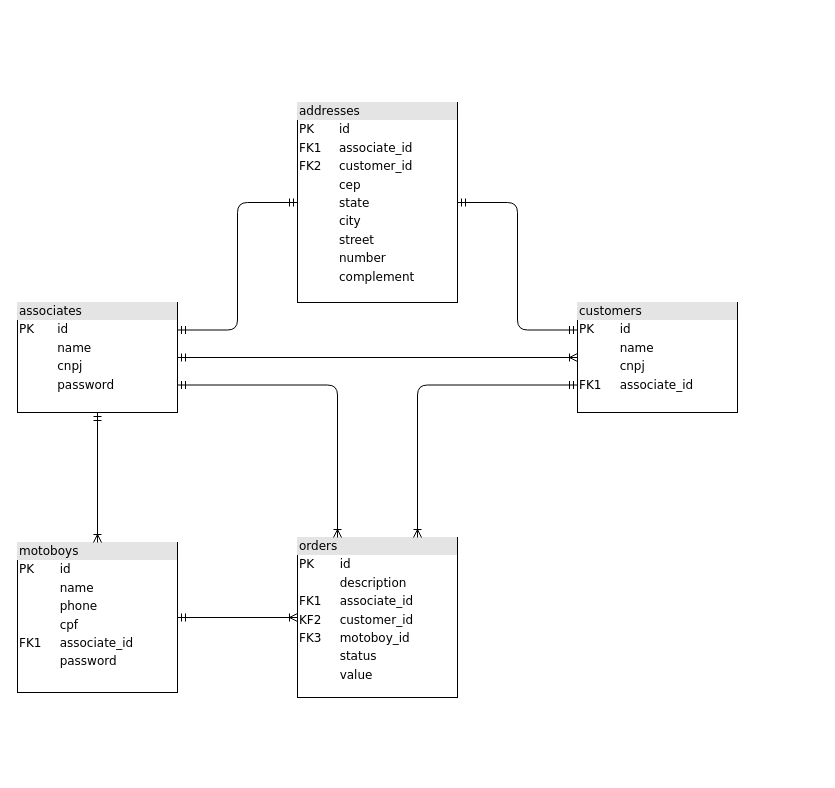
Before: diagram-relational.drawio in juliolmuller/ufpr-delivery-api, a draw.io diagram. Source tidied: cells renumbered, new cells numbered last; positions are measured from the earlier drawing's top-left corner, leaving out a move shared by most shapes. Both pictures are drawn from the tidied source at 100%, with x=0, y=0 at pixel (17, 102).
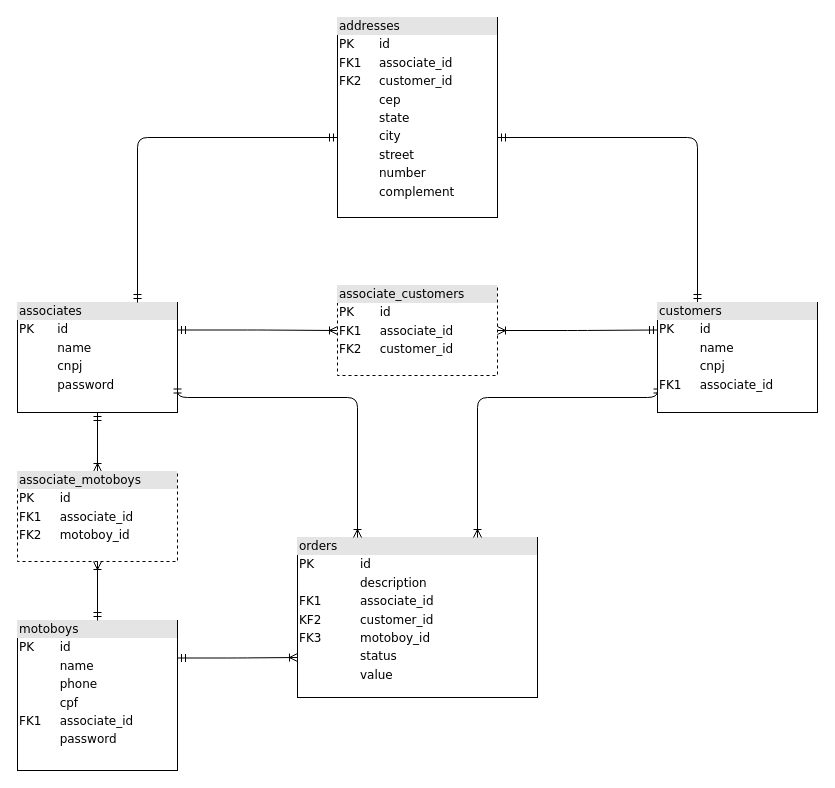
Above is the later version.

Unchanged cells that the change refers to:
```xml
<mxCell id="4" value="&lt;div style=&quot;box-sizing: border-box ; width: 100% ; background: #e4e4e4 ; padding: 2px&quot;&gt;associates&lt;/div&gt;&lt;table style=&quot;width: 100% ; font-size: 1em&quot; cellpadding=&quot;2&quot; cellspacing=&quot;0&quot;&gt;&lt;tbody&gt;&lt;tr&gt;&lt;td&gt;PK&lt;/td&gt;&lt;td&gt;id&lt;/td&gt;&lt;/tr&gt;&lt;tr&gt;&lt;td&gt;&lt;br&gt;&lt;/td&gt;&lt;td&gt;name&lt;/td&gt;&lt;/tr&gt;&lt;tr&gt;&lt;td&gt;&lt;/td&gt;&lt;td&gt;cnpj&lt;/td&gt;&lt;/tr&gt;&lt;tr&gt;&lt;td&gt;&lt;br&gt;&lt;/td&gt;&lt;td&gt;password&lt;/td&gt;&lt;/tr&gt;&lt;tr&gt;&lt;td&gt;&lt;br&gt;&lt;/td&gt;&lt;td&gt;&lt;br&gt;&lt;/td&gt;&lt;/tr&gt;&lt;/tbody&gt;&lt;/table&gt;" style="verticalAlign=top;align=left;overflow=fill;html=1;rounded=0;shadow=0;comic=0;labelBackgroundColor=none;strokeWidth=1;fontFamily=Verdana;fontSize=12;" parent="1" vertex="1">
  <mxGeometry y="200" width="160" height="110" as="geometry" />
</mxCell>
```

The edit, as a diff of the source:
```diff
@@
     <mxCell id="2" value="&lt;div style=&quot;box-sizing: border-box ; width: 100% ; background: #e4e4e4 ; padding: 2px&quot;&gt;addresses&lt;/div&gt;&lt;table style=&quot;width: 100% ; font-size: 1em&quot; cellpadding=&quot;2&quot; cellspacing=&quot;0&quot;&gt;&lt;tbody&gt;&lt;tr&gt;&lt;td&gt;PK&lt;/td&gt;&lt;td&gt;id&lt;/td&gt;&lt;/tr&gt;&lt;tr&gt;&lt;td&gt;FK1&lt;/td&gt;&lt;td&gt;associate_id&lt;/td&gt;&lt;/tr&gt;&lt;tr&gt;&lt;td&gt;FK2&lt;/td&gt;&lt;td&gt;customer_id&lt;/td&gt;&lt;/tr&gt;&lt;tr&gt;&lt;td&gt;&lt;br&gt;&lt;/td&gt;&lt;td&gt;cep&lt;/td&gt;&lt;/tr&gt;&lt;tr&gt;&lt;td&gt;&lt;br&gt;&lt;/td&gt;&lt;td&gt;state&lt;br&gt;&lt;/td&gt;&lt;/tr&gt;&lt;tr&gt;&lt;td&gt;&lt;br&gt;&lt;/td&gt;&lt;td&gt;city&lt;br&gt;&lt;/td&gt;&lt;/tr&gt;&lt;tr&gt;&lt;td&gt;&lt;br&gt;&lt;/td&gt;&lt;td&gt;street&lt;br&gt;&lt;/td&gt;&lt;/tr&gt;&lt;tr&gt;&lt;td&gt;&lt;br&gt;&lt;/td&gt;&lt;td&gt;number&lt;br&gt;&lt;/td&gt;&lt;/tr&gt;&lt;tr&gt;&lt;td&gt;&lt;br&gt;&lt;/td&gt;&lt;td&gt;complement&lt;/td&gt;&lt;/tr&gt;&lt;tr&gt;&lt;td&gt;&lt;br&gt;&lt;/td&gt;&lt;td&gt;&lt;/td&gt;&lt;/tr&gt;&lt;/tbody&gt;&lt;/table&gt;" style="verticalAlign=top;align=left;overflow=fill;html=1;rounded=0;shadow=0;comic=0;labelBackgroundColor=none;strokeWidth=1;fontFamily=Verdana;fontSize=12;" parent="1" vertex="1">
-      <mxGeometry x="280" width="160" height="200" as="geometry" />
+      <mxGeometry x="320" y="-85" width="160" height="200" as="geometry" />
     </mxCell>
     <mxCell id="3" value="&lt;div style=&quot;box-sizing: border-box ; width: 100% ; background: #e4e4e4 ; padding: 2px&quot;&gt;orders&lt;/div&gt;&lt;table style=&quot;width: 100% ; font-size: 1em&quot; cellpadding=&quot;2&quot; cellspacing=&quot;0&quot;&gt;&lt;tbody&gt;&lt;tr&gt;&lt;td&gt;PK&lt;/td&gt;&lt;td&gt;id&lt;/td&gt;&lt;/tr&gt;&lt;tr&gt;&lt;td&gt;&lt;br&gt;&lt;/td&gt;&lt;td&gt;description&lt;/td&gt;&lt;/tr&gt;&lt;tr&gt;&lt;td&gt;FK1&lt;/td&gt;&lt;td&gt;associate_id&lt;/td&gt;&lt;/tr&gt;&lt;tr&gt;&lt;td&gt;KF2&lt;/td&gt;&lt;td&gt;customer_id&lt;br&gt;&lt;/td&gt;&lt;/tr&gt;&lt;tr&gt;&lt;td&gt;FK3&lt;/td&gt;&lt;td&gt;motoboy_id&lt;br&gt;&lt;/td&gt;&lt;/tr&gt;&lt;tr&gt;&lt;td&gt;&lt;br&gt;&lt;/td&gt;&lt;td&gt;status&lt;br&gt;&lt;/td&gt;&lt;/tr&gt;&lt;tr&gt;&lt;td&gt;&lt;br&gt;&lt;/td&gt;&lt;td&gt;value&lt;br&gt;&lt;/td&gt;&lt;/tr&gt;&lt;tr&gt;&lt;td&gt;&lt;br&gt;&lt;/td&gt;&lt;td&gt;&lt;br&gt;&lt;/td&gt;&lt;/tr&gt;&lt;/tbody&gt;&lt;/table&gt;" style="verticalAlign=top;align=left;overflow=fill;html=1;rounded=0;shadow=0;comic=0;labelBackgroundColor=none;strokeWidth=1;fontFamily=Verdana;fontSize=12;" parent="1" vertex="1">
-      <mxGeometry x="280" y="435" width="160" height="160" as="geometry" />
+      <mxGeometry x="280" y="435" width="240" height="160" as="geometry" />
     </mxCell>
@@
     <mxCell id="5" style="edgeStyle=orthogonalEdgeStyle;html=1;endArrow=ERoneToMany;startArrow=ERmandOne;labelBackgroundColor=none;fontFamily=Verdana;fontSize=12;align=left;exitX=1;exitY=0.75;exitDx=0;exitDy=0;entryX=0.25;entryY=0;entryDx=0;entryDy=0;" parent="1" edge="1" source="4" target="3">
-      <mxGeometry relative="1" as="geometry" />
+      <mxGeometry relative="1" as="geometry">
+        <Array as="points">
+          <mxPoint x="160" y="295" />
+          <mxPoint x="340" y="295" />
+        </Array>
+      </mxGeometry>
     </mxCell>
-    <mxCell id="6" style="edgeStyle=orthogonalEdgeStyle;html=1;endArrow=ERmandOne;startArrow=ERmandOne;labelBackgroundColor=none;fontFamily=Verdana;fontSize=12;align=left;endFill=0;exitX=0;exitY=0.25;exitDx=0;exitDy=0;" parent="1" edge="1" source="10" target="2">
-      <mxGeometry relative="1" as="geometry" />
+    <mxCell id="6" style="edgeStyle=orthogonalEdgeStyle;html=1;endArrow=ERmandOne;startArrow=ERmandOne;labelBackgroundColor=none;fontFamily=Verdana;fontSize=12;align=left;endFill=0;exitX=0.25;exitY=0;exitDx=0;exitDy=0;" parent="1" edge="1" source="10" target="2">
+      <mxGeometry relative="1" as="geometry">
+        <Array as="points">
+          <mxPoint x="680" y="35" />
+        </Array>
+      </mxGeometry>
     </mxCell>
-    <mxCell id="7" style="edgeStyle=orthogonalEdgeStyle;html=1;endArrow=ERmandOne;startArrow=ERmandOne;labelBackgroundColor=none;fontFamily=Verdana;fontSize=12;align=left;endFill=0;exitX=1;exitY=0.25;exitDx=0;exitDy=0;" parent="1" edge="1" source="4" target="2">
-      <mxGeometry relative="1" as="geometry" />
+    <mxCell id="7" style="edgeStyle=orthogonalEdgeStyle;html=1;endArrow=ERmandOne;startArrow=ERmandOne;labelBackgroundColor=none;fontFamily=Verdana;fontSize=12;align=left;endFill=0;exitX=0.75;exitY=0;exitDx=0;exitDy=0;" parent="1" edge="1" source="4" target="2">
+      <mxGeometry relative="1" as="geometry">
+        <Array as="points">
+          <mxPoint x="120" y="35" />
+        </Array>
+      </mxGeometry>
     </mxCell>
     <mxCell id="8" style="edgeStyle=orthogonalEdgeStyle;html=1;endArrow=ERoneToMany;startArrow=ERmandOne;labelBackgroundColor=none;fontFamily=Verdana;fontSize=12;align=left;exitX=0;exitY=0.75;exitDx=0;exitDy=0;entryX=0.75;entryY=0;entryDx=0;entryDy=0;" parent="1" edge="1" source="10" target="3">
-      <mxGeometry relative="1" as="geometry" />
+      <mxGeometry relative="1" as="geometry">
+        <Array as="points">
+          <mxPoint x="640" y="295" />
+          <mxPoint x="460" y="295" />
+        </Array>
+      </mxGeometry>
     </mxCell>
-    <mxCell id="9" style="edgeStyle=orthogonalEdgeStyle;html=1;endArrow=ERoneToMany;startArrow=ERmandOne;labelBackgroundColor=none;fontFamily=Verdana;fontSize=12;align=left;" parent="1" edge="1" source="12" target="3">
+    <mxCell id="9" style="edgeStyle=orthogonalEdgeStyle;html=1;endArrow=ERoneToMany;startArrow=ERmandOne;labelBackgroundColor=none;fontFamily=Verdana;fontSize=12;align=left;entryX=0;entryY=0.75;entryDx=0;entryDy=0;exitX=1;exitY=0.25;exitDx=0;exitDy=0;" parent="1" edge="1" source="12" target="3">
       <mxGeometry relative="1" as="geometry" />
     </mxCell>
     <mxCell id="10" value="&lt;div style=&quot;box-sizing: border-box ; width: 100% ; background: #e4e4e4 ; padding: 2px&quot;&gt;customers&lt;/div&gt;&lt;table style=&quot;width: 100% ; font-size: 1em&quot; cellpadding=&quot;2&quot; cellspacing=&quot;0&quot;&gt;&lt;tbody&gt;&lt;tr&gt;&lt;td&gt;PK&lt;/td&gt;&lt;td&gt;id&lt;/td&gt;&lt;/tr&gt;&lt;tr&gt;&lt;td&gt;&lt;br&gt;&lt;/td&gt;&lt;td&gt;name&lt;/td&gt;&lt;/tr&gt;&lt;tr&gt;&lt;td&gt;&lt;/td&gt;&lt;td&gt;cnpj&lt;/td&gt;&lt;/tr&gt;&lt;tr&gt;&lt;td&gt;FK1&lt;/td&gt;&lt;td&gt;associate_id&lt;/td&gt;&lt;/tr&gt;&lt;tr&gt;&lt;td&gt;&lt;br&gt;&lt;/td&gt;&lt;td&gt;&lt;br&gt;&lt;/td&gt;&lt;/tr&gt;&lt;/tbody&gt;&lt;/table&gt;" style="verticalAlign=top;align=left;overflow=fill;html=1;rounded=0;shadow=0;comic=0;labelBackgroundColor=none;strokeWidth=1;fontFamily=Verdana;fontSize=12;" parent="1" vertex="1">
-      <mxGeometry x="560" y="200" width="160" height="110" as="geometry" />
+      <mxGeometry x="640" y="200" width="160" height="110" as="geometry" />
     </mxCell>
-    <mxCell id="11" style="edgeStyle=orthogonalEdgeStyle;html=1;endArrow=ERoneToMany;startArrow=ERmandOne;labelBackgroundColor=none;fontFamily=Verdana;fontSize=12;align=left;" parent="1" edge="1" source="4" target="10">
+    <mxCell id="11" style="edgeStyle=orthogonalEdgeStyle;html=1;endArrow=ERoneToMany;startArrow=ERmandOne;labelBackgroundColor=none;fontFamily=Verdana;fontSize=12;align=left;exitX=1;exitY=0.25;exitDx=0;exitDy=0;" parent="1" edge="1" source="4" target="14">
       <mxGeometry relative="1" as="geometry" />
     </mxCell>
     <mxCell id="12" value="&lt;div style=&quot;box-sizing: border-box ; width: 100% ; background: #e4e4e4 ; padding: 2px&quot;&gt;motoboys&lt;/div&gt;&lt;table style=&quot;width: 100% ; font-size: 1em&quot; cellpadding=&quot;2&quot; cellspacing=&quot;0&quot;&gt;&lt;tbody&gt;&lt;tr&gt;&lt;td&gt;PK&lt;/td&gt;&lt;td&gt;id&lt;/td&gt;&lt;/tr&gt;&lt;tr&gt;&lt;td&gt;&lt;br&gt;&lt;/td&gt;&lt;td&gt;name&lt;/td&gt;&lt;/tr&gt;&lt;tr&gt;&lt;td&gt;&lt;/td&gt;&lt;td&gt;phone&lt;/td&gt;&lt;/tr&gt;&lt;tr&gt;&lt;td&gt;&lt;br&gt;&lt;/td&gt;&lt;td&gt;cpf&lt;br&gt;&lt;/td&gt;&lt;/tr&gt;&lt;tr&gt;&lt;td&gt;FK1&lt;/td&gt;&lt;td&gt;associate_id&lt;br&gt;&lt;/td&gt;&lt;/tr&gt;&lt;tr&gt;&lt;td&gt;&lt;br&gt;&lt;/td&gt;&lt;td&gt;password&lt;br&gt;&lt;/td&gt;&lt;/tr&gt;&lt;tr&gt;&lt;td&gt;&lt;br&gt;&lt;/td&gt;&lt;td&gt;&lt;br&gt;&lt;/td&gt;&lt;/tr&gt;&lt;/tbody&gt;&lt;/table&gt;" style="verticalAlign=top;align=left;overflow=fill;html=1;rounded=0;shadow=0;comic=0;labelBackgroundColor=none;strokeWidth=1;fontFamily=Verdana;fontSize=12;" parent="1" vertex="1">
-      <mxGeometry y="440" width="160" height="150" as="geometry" />
+      <mxGeometry y="518" width="160" height="150" as="geometry" />
     </mxCell>
-    <mxCell id="13" style="edgeStyle=orthogonalEdgeStyle;html=1;endArrow=ERoneToMany;startArrow=ERmandOne;labelBackgroundColor=none;fontFamily=Verdana;fontSize=12;align=left;" parent="1" edge="1" source="4" target="12">
+    <mxCell id="13" style="edgeStyle=orthogonalEdgeStyle;html=1;endArrow=ERoneToMany;startArrow=ERmandOne;labelBackgroundColor=none;fontFamily=Verdana;fontSize=12;align=left;" parent="1" edge="1" source="4" target="16">
       <mxGeometry relative="1" as="geometry" />
     </mxCell>
+    <mxCell id="14" value="&lt;div style=&quot;box-sizing: border-box ; width: 100% ; background: #e4e4e4 ; padding: 2px&quot;&gt;associate_customers&lt;/div&gt;&lt;table style=&quot;width: 100% ; font-size: 1em&quot; cellpadding=&quot;2&quot; cellspacing=&quot;0&quot;&gt;&lt;tbody&gt;&lt;tr&gt;&lt;td&gt;PK&lt;/td&gt;&lt;td&gt;id&lt;/td&gt;&lt;/tr&gt;&lt;tr&gt;&lt;td&gt;FK1&lt;/td&gt;&lt;td&gt;associate_id&lt;/td&gt;&lt;/tr&gt;&lt;tr&gt;&lt;td&gt;FK2&lt;/td&gt;&lt;td&gt;customer_id&lt;/td&gt;&lt;/tr&gt;&lt;tr&gt;&lt;td&gt;&lt;br&gt;&lt;/td&gt;&lt;td&gt;&lt;/td&gt;&lt;/tr&gt;&lt;/tbody&gt;&lt;/table&gt;" style="verticalAlign=top;align=left;overflow=fill;html=1;rounded=0;shadow=0;comic=0;labelBackgroundColor=none;strokeWidth=1;fontFamily=Verdana;fontSize=12;dashed=1;" parent="1" vertex="1">
+      <mxGeometry x="320" y="183" width="160" height="90" as="geometry" />
+    </mxCell>
+    <mxCell id="15" style="edgeStyle=orthogonalEdgeStyle;html=1;endArrow=ERmandOne;startArrow=ERoneToMany;labelBackgroundColor=none;fontFamily=Verdana;fontSize=12;align=left;endFill=0;startFill=0;entryX=0;entryY=0.25;entryDx=0;entryDy=0;" parent="1" edge="1" source="14" target="10">
+      <mxGeometry relative="1" as="geometry" />
+    </mxCell>
+    <mxCell id="16" value="&lt;div style=&quot;box-sizing: border-box ; width: 100% ; background: #e4e4e4 ; padding: 2px&quot;&gt;associate_motoboys&lt;/div&gt;&lt;table style=&quot;width: 100% ; font-size: 1em&quot; cellpadding=&quot;2&quot; cellspacing=&quot;0&quot;&gt;&lt;tbody&gt;&lt;tr&gt;&lt;td&gt;PK&lt;/td&gt;&lt;td&gt;id&lt;/td&gt;&lt;/tr&gt;&lt;tr&gt;&lt;td&gt;FK1&lt;/td&gt;&lt;td&gt;associate_id&lt;/td&gt;&lt;/tr&gt;&lt;tr&gt;&lt;td&gt;FK2&lt;/td&gt;&lt;td&gt;motoboy_id&lt;/td&gt;&lt;/tr&gt;&lt;tr&gt;&lt;td&gt;&lt;br&gt;&lt;/td&gt;&lt;td&gt;&lt;/td&gt;&lt;/tr&gt;&lt;/tbody&gt;&lt;/table&gt;" style="verticalAlign=top;align=left;overflow=fill;html=1;rounded=0;shadow=0;comic=0;labelBackgroundColor=none;strokeWidth=1;fontFamily=Verdana;fontSize=12;dashed=1;" parent="1" vertex="1">
+      <mxGeometry y="369" width="160" height="90" as="geometry" />
+    </mxCell>
+    <mxCell id="17" style="edgeStyle=orthogonalEdgeStyle;html=1;endArrow=ERoneToMany;startArrow=ERmandOne;labelBackgroundColor=none;fontFamily=Verdana;fontSize=12;align=left;" parent="1" edge="1" source="12" target="16">
+      <mxGeometry relative="1" as="geometry" />
+    </mxCell>
```
